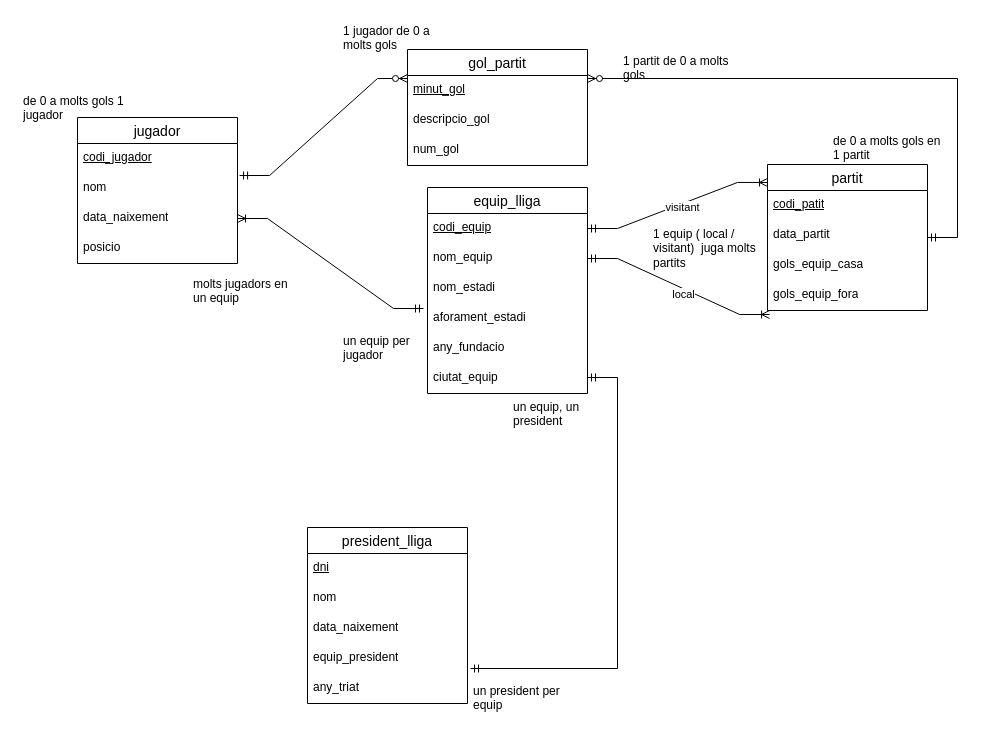
The draw.io diagram M02_RA2_PT1(1).drawio in victor06-git/Progam_with_Victor, before the edit. Source tidied: cells renumbered, new cells numbered last; positions are measured from the earlier drawing's top-left corner, leaving out a move shared by most shapes. Both pictures are drawn from the tidied source at 100%, with x=0, y=0 at pixel (17, 17).
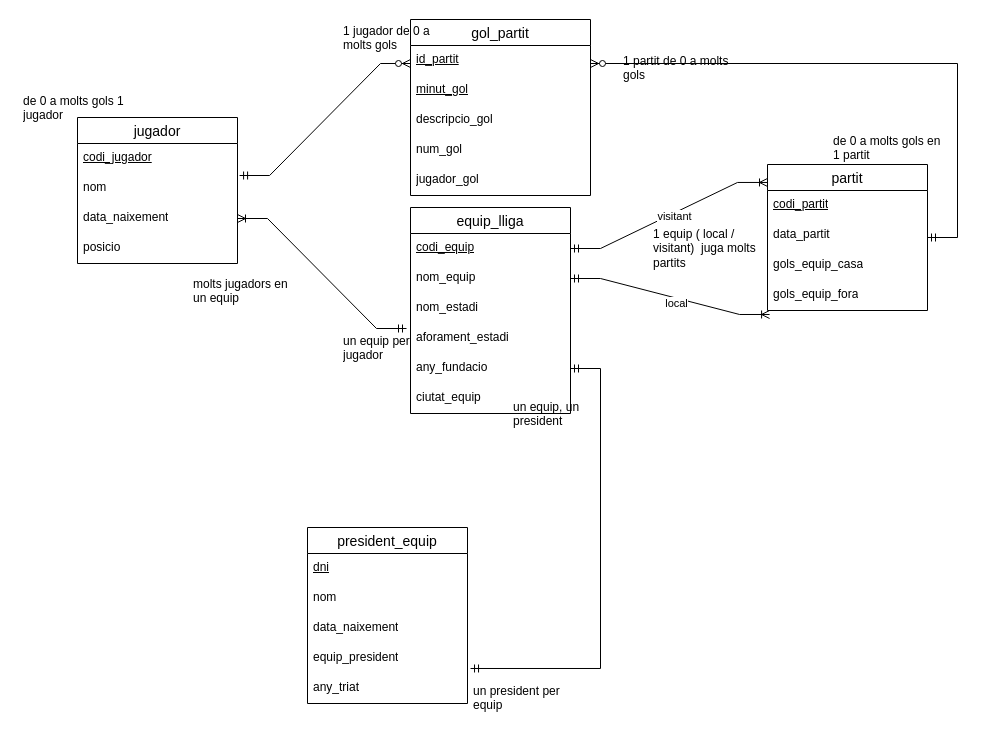
After the change.

The change refers to these unchanged cells:
```xml
<mxCell id="12" value="any_fundacio" style="text;strokeColor=none;fillColor=none;spacingLeft=4;spacingRight=4;overflow=hidden;points=[[0,0.5],[1,0.5]];portConstraint=eastwest;fontSize=12;whiteSpace=wrap;html=1;" parent="7" vertex="1">
  <mxGeometry y="146" width="160" height="30" as="geometry" />
</mxCell>
<mxCell id="14" value="partit" style="swimlane;fontStyle=0;horizontal=1;startSize=26;align=center;fontSize=14;" parent="1" vertex="1">
  <mxGeometry x="750" y="147" width="160" height="146" as="geometry" />
</mxCell>
<mxCell id="27" value="equip_president&lt;div&gt;&lt;br&gt;&lt;/div&gt;" style="text;strokeColor=none;fillColor=none;spacingLeft=4;spacingRight=4;overflow=hidden;points=[[0,0.5],[1,0.5]];portConstraint=eastwest;fontSize=12;whiteSpace=wrap;html=1;" parent="23" vertex="1">
  <mxGeometry y="116" width="160" height="30" as="geometry" />
</mxCell>
```

The edit, as a diff of the source:
```diff
@@
     <mxCell id="7" value="equip_lliga" style="swimlane;fontStyle=0;horizontal=1;startSize=26;align=center;fontSize=14;" parent="1" vertex="1">
-      <mxGeometry x="410" y="170" width="160" height="206" as="geometry" />
+      <mxGeometry x="393" y="190" width="160" height="206" as="geometry" />
     </mxCell>
@@
-    <mxCell id="15" value="&lt;u&gt;codi_patit&lt;/u&gt;" style="text;strokeColor=none;fillColor=none;spacingLeft=4;spacingRight=4;overflow=hidden;fontSize=12;whiteSpace=wrap;html=1;" parent="14" vertex="1">
+    <mxCell id="15" value="&lt;u&gt;codi_partit&lt;/u&gt;" style="text;strokeColor=none;fillColor=none;spacingLeft=4;spacingRight=4;overflow=hidden;fontSize=12;whiteSpace=wrap;html=1;" parent="14" vertex="1">
       <mxGeometry y="26" width="160" height="30" as="geometry" />
     </mxCell>
@@
     <mxCell id="19" value="gol_partit" style="swimlane;fontStyle=0;horizontal=1;startSize=26;align=center;fontSize=14;" parent="1" vertex="1">
-      <mxGeometry x="390" y="32" width="180" height="116" as="geometry" />
+      <mxGeometry x="393" y="2" width="180" height="176" as="geometry" />
     </mxCell>
+    <mxCell id="46" value="&lt;u&gt;id_partit&lt;/u&gt;" style="text;strokeColor=none;fillColor=none;spacingLeft=4;spacingRight=4;overflow=hidden;fontSize=12;whiteSpace=wrap;html=1;" parent="19" vertex="1">
+      <mxGeometry y="26" width="180" height="30" as="geometry" />
+    </mxCell>
     <mxCell id="20" value="&lt;u&gt;minut_gol&lt;/u&gt;" style="text;strokeColor=none;fillColor=none;spacingLeft=4;spacingRight=4;overflow=hidden;fontSize=12;whiteSpace=wrap;html=1;" parent="19" vertex="1">
-      <mxGeometry y="26" width="180" height="30" as="geometry" />
+      <mxGeometry y="56" width="180" height="30" as="geometry" />
     </mxCell>
     <mxCell id="21" value="descripcio_gol" style="text;strokeColor=none;fillColor=none;spacingLeft=4;spacingRight=4;overflow=hidden;fontSize=12;whiteSpace=wrap;html=1;" parent="19" vertex="1">
-      <mxGeometry y="56" width="180" height="30" as="geometry" />
+      <mxGeometry y="86" width="180" height="30" as="geometry" />
     </mxCell>
     <mxCell id="22" value="num_gol" style="text;strokeColor=none;fillColor=none;spacingLeft=4;spacingRight=4;overflow=hidden;fontSize=12;whiteSpace=wrap;html=1;" parent="19" vertex="1">
-      <mxGeometry y="86" width="180" height="30" as="geometry" />
+      <mxGeometry y="116" width="180" height="30" as="geometry" />
     </mxCell>
+    <mxCell id="47" value="jugador_gol" style="text;strokeColor=none;fillColor=none;spacingLeft=4;spacingRight=4;overflow=hidden;fontSize=12;whiteSpace=wrap;html=1;" parent="19" vertex="1">
+      <mxGeometry y="146" width="180" height="30" as="geometry" />
+    </mxCell>
-    <mxCell id="23" value="president_lliga" style="swimlane;fontStyle=0;horizontal=1;startSize=26;align=center;fontSize=14;" parent="1" vertex="1">
+    <mxCell id="23" value="president_equip" style="swimlane;fontStyle=0;horizontal=1;startSize=26;align=center;fontSize=14;" parent="1" vertex="1">
       <mxGeometry x="290" y="510" width="160" height="176" as="geometry" />
     </mxCell>
@@
-    <mxCell id="30" style="edgeStyle=entityRelationEdgeStyle;fontSize=12;html=1;endArrow=ERmandOne;startArrow=ERmandOne;rounded=0;entryX=1.019;entryY=0.833;entryDx=0;entryDy=0;entryPerimeter=0;" parent="1" edge="1" target="27">
+    <mxCell id="30" style="edgeStyle=entityRelationEdgeStyle;fontSize=12;html=1;endArrow=ERmandOne;startArrow=ERmandOne;rounded=0;entryX=1.019;entryY=0.833;entryDx=0;entryDy=0;entryPerimeter=0;" parent="1" edge="1" source="12" target="27">
       <mxGeometry relative="1" as="geometry">
-        <mxPoint x="570" y="360" as="sourcePoint" />
         <Array as="points">
           <mxPoint x="610" y="420" />
           <mxPoint x="600" y="540" />
           <mxPoint x="330" y="420" />
           <mxPoint x="260" y="450" />
         </Array>
       </mxGeometry>
     </mxCell>
```
